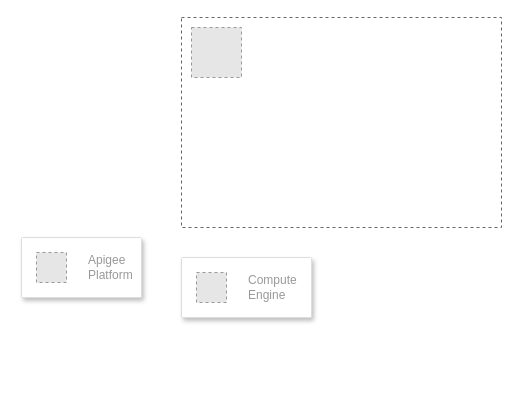
Earlier version of the draw.io diagram HDFCErgo.drawio (mhatreshailesh/DatingApp). Source tidied: cells renumbered, new cells numbered last; positions are measured from the earlier drawing's top-left corner, leaving out a move shared by most shapes. Both pictures are drawn from the tidied source at 100%, with x=0, y=0 at pixel (21, 17). Pictures stored in the file or linked from it are replaced by grey dashed boxes.
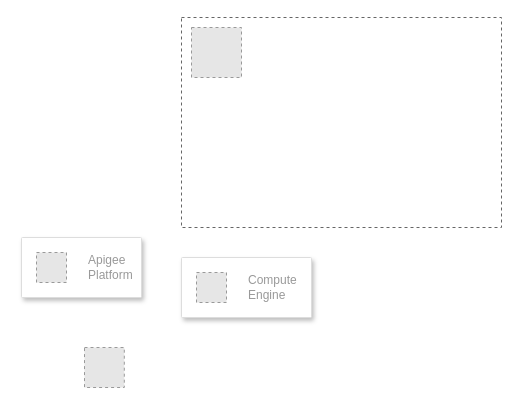
After the change.

The edit, as a diff of the source:
```diff
@@
 <mxGraphModel background="#FFFFFF">
   <root>
     <mxCell id="0" />
     <mxCell id="1" parent="0" />
     <mxCell id="2" style="rounded=0;whiteSpace=wrap;html=1;fillColor=#FFFFFF;fontColor=#333333;strokeColor=#666666;dashed=1;" parent="1" vertex="1">
       <mxGeometry x="160" width="320" height="210" as="geometry" />
     </mxCell>
     <mxCell id="3" style="fillColor=#E6E6E6;strokeColor=#999999;dashed=1;verticalLabelPosition=bottom;labelBackgroundColor=default;verticalAlign=top;" parent="1" vertex="1">
       <mxGeometry x="170" y="10" width="50" height="50" as="geometry" />
     </mxCell>
     <mxCell id="4" style="strokeColor=#dddddd;shadow=1;strokeWidth=1;rounded=1;absoluteArcSize=1;arcSize=2;" parent="1" vertex="1">
       <mxGeometry y="220" width="120" height="60" as="geometry" />
     </mxCell>
     <mxCell id="5" value="Apigee&#10;Platform" style="fillColor=#E6E6E6;strokeColor=#999999;dashed=1;html=1;fontColor=#999999;verticalLabelPosition=middle;verticalAlign=middle;labelPosition=right;align=left;spacingLeft=20;" parent="4" vertex="1">
       <mxGeometry width="30" height="30" relative="1" as="geometry">
         <mxPoint x="15" y="15" as="offset" />
       </mxGeometry>
     </mxCell>
     <mxCell id="6" style="strokeColor=#dddddd;shadow=1;strokeWidth=1;rounded=1;absoluteArcSize=1;arcSize=2;" parent="1" vertex="1">
       <mxGeometry x="160" y="240" width="130" height="60" as="geometry" />
     </mxCell>
     <mxCell id="7" value="Compute&#10;Engine" style="fillColor=#E6E6E6;strokeColor=#999999;dashed=1;html=1;fontColor=#999999;verticalLabelPosition=middle;verticalAlign=middle;labelPosition=right;align=left;spacingLeft=20;" parent="6" vertex="1">
       <mxGeometry width="30" height="30" relative="1" as="geometry">
         <mxPoint x="15" y="15" as="offset" />
       </mxGeometry>
     </mxCell>
+    <mxCell id="8" style="fillColor=#E6E6E6;strokeColor=#999999;dashed=1;verticalLabelPosition=bottom;labelBackgroundColor=default;verticalAlign=top;" parent="1" vertex="1">
+      <mxGeometry x="63" y="330" width="39.8" height="40" as="geometry" />
+    </mxCell>
   </root>
 </mxGraphModel>
```
